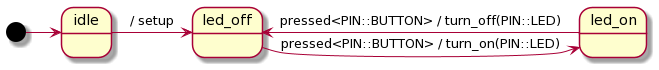
Before: doc/images/arduino/uml.png, a diagram exported from PlantUML (boost-ext/sml).
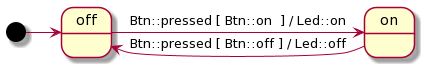
The same diagram one commit later.

Change to the diagram source:
```diff
@@ -1,6 +1,5 @@
 @startuml
-[*] -> idle
-idle -> led_off : / setup
-led_off -> led_on : pressed<PIN::BUTTON> / turn_on(PIN::LED)
-led_on -> led_off : pressed<PIN::BUTTON> / turn_off(PIN::LED)
+  [*] -> off
+  off -> on  : Btn::pressed [ Btn::on  ] / Led::on
+  on  -> off : Btn::pressed [ Btn::off ] / Led::off
 @enduml
```
